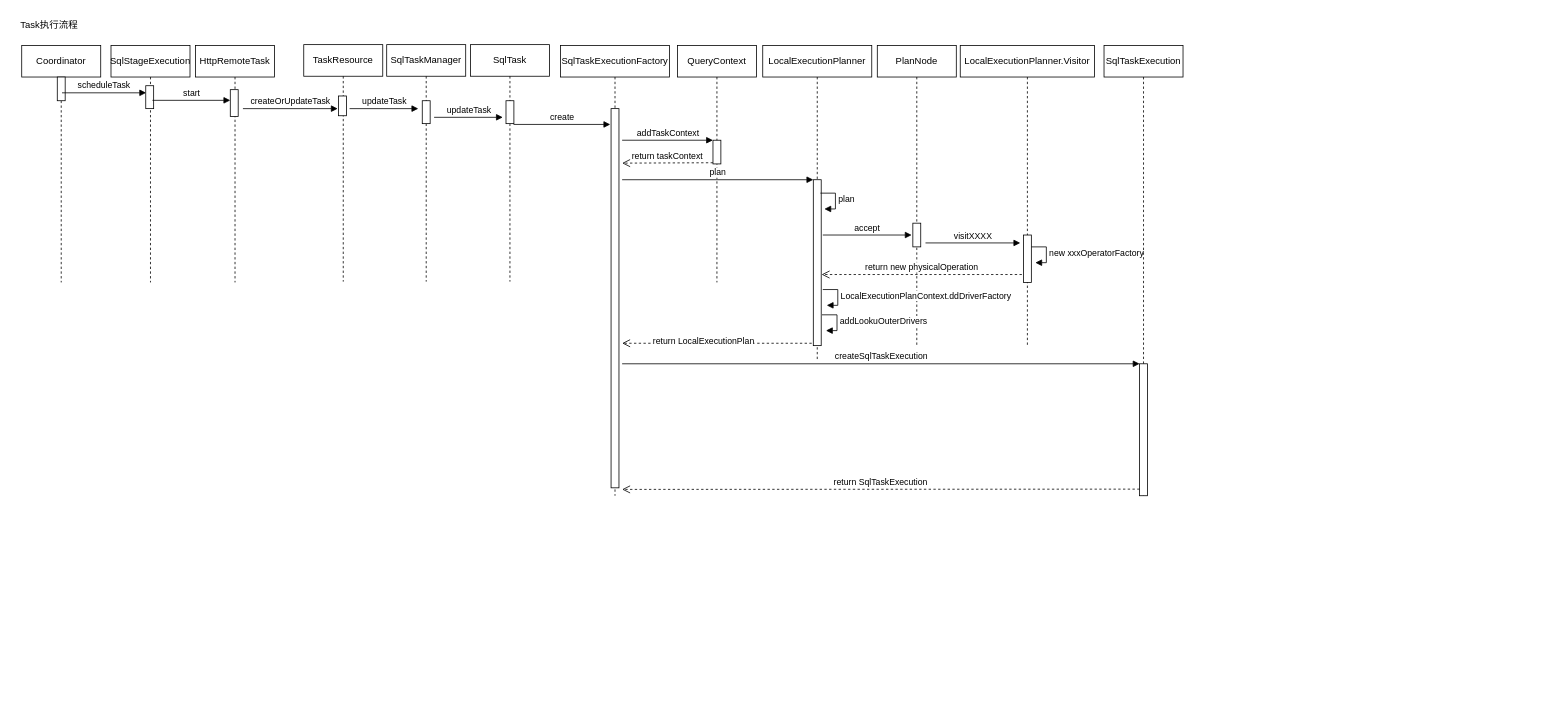
Earlier version of the draw.io diagram page "Presto Worker" (6 of 6) of presto源码解析时序图.drawio (huangxiaopingRD/diagrams). Source tidied: cells renumbered, new cells numbered last; positions are measured from the earlier drawing's top-left corner, leaving out a move shared by most shapes. Both pictures are drawn from the tidied source at 79%, with x=0, y=0 at pixel (13, 13).
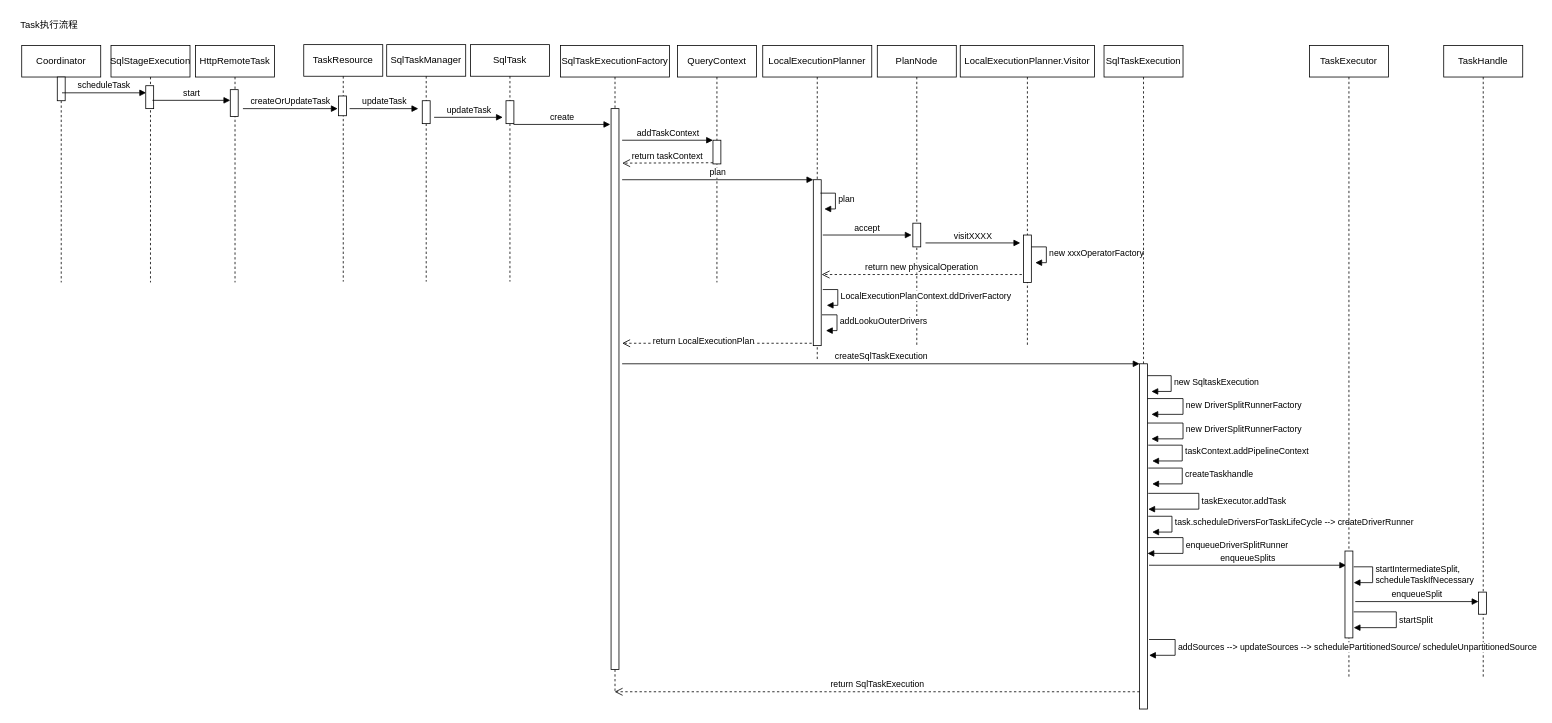
Above is the later version.

Commit message:
update presto worker

The edit, as a diff of the source:
```diff
@@
     <mxCell id="21" value="SqlTaskExecutionFactory" style="shape=umlLifeline;perimeter=lifelinePerimeter;whiteSpace=wrap;html=1;outlineConnect=0;" parent="1" vertex="1">
-      <mxGeometry x="692" y="40" width="138" height="570" as="geometry" />
+      <mxGeometry x="692" y="40" width="138" height="820" as="geometry" />
     </mxCell>
     <mxCell id="22" style="html=1;perimeter=orthogonalPerimeter;" parent="21" vertex="1">
-      <mxGeometry x="64" y="80" width="10" height="480" as="geometry" />
+      <mxGeometry x="64" y="80" width="10" height="710" as="geometry" />
     </mxCell>
@@
     <mxCell id="43" value="SqlTaskExecution" style="shape=umlLifeline;perimeter=lifelinePerimeter;whiteSpace=wrap;html=1;" parent="1" vertex="1">
-      <mxGeometry x="1380" y="40" width="100" height="570" as="geometry" />
+      <mxGeometry x="1380" y="40" width="100" height="840" as="geometry" />
     </mxCell>
     <mxCell id="44" style="html=1;points=[];perimeter=orthogonalPerimeter;" parent="43" vertex="1">
-      <mxGeometry x="45" y="403" width="10" height="167" as="geometry" />
+      <mxGeometry x="45" y="403" width="10" height="437" as="geometry" />
     </mxCell>
+    <mxCell id="47" value="enqueueSplits" style="html=1;verticalAlign=bottom;endArrow=block;rounded=0;" parent="43" edge="1">
+      <mxGeometry relative="1" as="geometry">
+        <mxPoint x="57" y="658" as="sourcePoint" />
+        <mxPoint x="306.5" y="658" as="targetPoint" />
+      </mxGeometry>
+    </mxCell>
@@
-    <mxCell id="46" value="return SqlTaskExecution" style="html=1;verticalAlign=bottom;endArrow=open;dashed=1;endSize=8;exitX=0;exitY=0.95;rounded=0;" parent="1" edge="1" source="44">
-      <mxGeometry relative="1" as="geometry">
-        <mxPoint x="770" y="602" as="targetPoint" />
-      </mxGeometry>
+    <mxCell id="46" value="return SqlTaskExecution" style="html=1;verticalAlign=bottom;endArrow=open;dashed=1;endSize=8;exitX=0;exitY=0.95;rounded=0;" parent="1" edge="1" source="44" target="21">
+      <mxGeometry relative="1" as="geometry" />
     </mxCell>
+    <mxCell id="48" value="new SqltaskExecution" style="edgeStyle=orthogonalEdgeStyle;html=1;align=left;spacingLeft=2;endArrow=block;rounded=0;entryX=1;entryY=0;" parent="1" edge="1">
+      <mxGeometry relative="1" as="geometry">
+        <mxPoint x="1435" y="458" as="sourcePoint" />
+        <mxPoint x="1440" y="478" as="targetPoint" />
+        <Array as="points">
+          <mxPoint x="1465" y="458" />
+          <mxPoint x="1465" y="478" />
+        </Array>
+      </mxGeometry>
+    </mxCell>
+    <mxCell id="49" value="new DriverSplitRunnerFactory" style="edgeStyle=orthogonalEdgeStyle;html=1;align=left;spacingLeft=2;endArrow=block;rounded=0;entryX=1;entryY=0;" parent="1" edge="1">
+      <mxGeometry relative="1" as="geometry">
+        <mxPoint x="1435" y="487" as="sourcePoint" />
+        <mxPoint x="1440" y="507" as="targetPoint" />
+        <Array as="points">
+          <mxPoint x="1480" y="487" />
+          <mxPoint x="1480" y="507" />
+        </Array>
+      </mxGeometry>
+    </mxCell>
+    <mxCell id="50" value="new DriverSplitRunnerFactory" style="edgeStyle=orthogonalEdgeStyle;html=1;align=left;spacingLeft=2;endArrow=block;rounded=0;entryX=1;entryY=0;" parent="1" edge="1">
+      <mxGeometry relative="1" as="geometry">
+        <mxPoint x="1435" y="518" as="sourcePoint" />
+        <mxPoint x="1440" y="538" as="targetPoint" />
+        <Array as="points">
+          <mxPoint x="1480" y="518" />
+          <mxPoint x="1480" y="538" />
+        </Array>
+      </mxGeometry>
+    </mxCell>
+    <mxCell id="51" value="taskContext.addPipelineContext" style="edgeStyle=orthogonalEdgeStyle;html=1;align=left;spacingLeft=2;endArrow=block;rounded=0;entryX=1;entryY=0;" parent="1" edge="1">
+      <mxGeometry relative="1" as="geometry">
+        <mxPoint x="1436" y="546" as="sourcePoint" />
+        <mxPoint x="1441" y="566" as="targetPoint" />
+        <Array as="points">
+          <mxPoint x="1479" y="546" />
+          <mxPoint x="1479" y="566" />
+        </Array>
+      </mxGeometry>
+    </mxCell>
+    <mxCell id="52" value="createTaskhandle" style="edgeStyle=orthogonalEdgeStyle;html=1;align=left;spacingLeft=2;endArrow=block;rounded=0;entryX=1;entryY=0;" parent="1" edge="1">
+      <mxGeometry relative="1" as="geometry">
+        <mxPoint x="1436" y="575" as="sourcePoint" />
+        <mxPoint x="1441" y="595" as="targetPoint" />
+        <Array as="points">
+          <mxPoint x="1479" y="575" />
+          <mxPoint x="1479" y="595" />
+        </Array>
+      </mxGeometry>
+    </mxCell>
+    <mxCell id="53" value="taskExecutor.addTask" style="edgeStyle=orthogonalEdgeStyle;html=1;align=left;spacingLeft=2;endArrow=block;rounded=0;" parent="1" edge="1">
+      <mxGeometry relative="1" as="geometry">
+        <mxPoint x="1436" y="607" as="sourcePoint" />
+        <mxPoint x="1436" y="627" as="targetPoint" />
+        <Array as="points">
+          <mxPoint x="1500" y="607" />
+          <mxPoint x="1500" y="627" />
+        </Array>
+      </mxGeometry>
+    </mxCell>
+    <mxCell id="54" value="task.scheduleDriversForTaskLifeCycle --&amp;gt; createDriverRunner" style="edgeStyle=orthogonalEdgeStyle;html=1;align=left;spacingLeft=2;endArrow=block;rounded=0;entryX=1;entryY=0;" parent="1" edge="1">
+      <mxGeometry relative="1" as="geometry">
+        <mxPoint x="1436" y="636" as="sourcePoint" />
+        <mxPoint x="1441" y="656" as="targetPoint" />
+        <Array as="points">
+          <mxPoint x="1466" y="636" />
+          <mxPoint x="1466" y="656" />
+        </Array>
+      </mxGeometry>
+    </mxCell>
+    <mxCell id="55" value="TaskExecutor" style="shape=umlLifeline;perimeter=lifelinePerimeter;whiteSpace=wrap;html=1;" parent="1" vertex="1">
+      <mxGeometry x="1640" y="40" width="100" height="800" as="geometry" />
+    </mxCell>
+    <mxCell id="56" style="html=1;perimeter=orthogonalPerimeter;" parent="55" vertex="1">
+      <mxGeometry x="45" y="640" width="10" height="110" as="geometry" />
+    </mxCell>
+    <mxCell id="57" value="&lt;span style=&quot;text-align: center&quot;&gt;enqueueDriverSplitRunner&lt;/span&gt;" style="edgeStyle=orthogonalEdgeStyle;html=1;align=left;spacingLeft=2;endArrow=block;rounded=0;" parent="1" edge="1">
+      <mxGeometry relative="1" as="geometry">
+        <mxPoint x="1435" y="663" as="sourcePoint" />
+        <mxPoint x="1435" y="683" as="targetPoint" />
+        <Array as="points">
+          <mxPoint x="1480" y="663" />
+          <mxPoint x="1480" y="683" />
+        </Array>
+      </mxGeometry>
+    </mxCell>
+    <mxCell id="58" value="&lt;span style=&quot;text-align: center&quot;&gt;startIntermediateSplit,&lt;br&gt;scheduleTaskIfNecessary&lt;br&gt;&lt;/span&gt;" style="edgeStyle=orthogonalEdgeStyle;html=1;align=left;spacingLeft=2;endArrow=block;rounded=0;" parent="1" edge="1">
+      <mxGeometry relative="1" as="geometry">
+        <mxPoint x="1696" y="700" as="sourcePoint" />
+        <mxPoint x="1696" y="720" as="targetPoint" />
+        <Array as="points">
+          <mxPoint x="1720" y="700" />
+          <mxPoint x="1720" y="720" />
+        </Array>
+      </mxGeometry>
+    </mxCell>
+    <mxCell id="59" value="&lt;span style=&quot;text-align: center&quot;&gt;startSplit&lt;br&gt;&lt;/span&gt;" style="edgeStyle=orthogonalEdgeStyle;html=1;align=left;spacingLeft=2;endArrow=block;rounded=0;" parent="1" edge="1">
+      <mxGeometry relative="1" as="geometry">
+        <mxPoint x="1696" y="757" as="sourcePoint" />
+        <mxPoint x="1696" y="777" as="targetPoint" />
+        <Array as="points">
+          <mxPoint x="1750" y="757" />
+          <mxPoint x="1750" y="777" />
+        </Array>
+      </mxGeometry>
+    </mxCell>
+    <mxCell id="60" value="TaskHandle" style="shape=umlLifeline;perimeter=lifelinePerimeter;whiteSpace=wrap;html=1;" parent="1" vertex="1">
+      <mxGeometry x="1810" y="40" width="100" height="800" as="geometry" />
+    </mxCell>
+    <mxCell id="61" style="html=1;points=[];perimeter=orthogonalPerimeter;" parent="60" vertex="1">
+      <mxGeometry x="44" y="692" width="10" height="28" as="geometry" />
+    </mxCell>
+    <mxCell id="62" value="enqueueSplit" style="html=1;verticalAlign=bottom;endArrow=block;rounded=0;" parent="1" edge="1" target="61">
+      <mxGeometry relative="1" as="geometry">
+        <mxPoint x="1698" y="744" as="sourcePoint" />
+      </mxGeometry>
+    </mxCell>
+    <mxCell id="63" value="&lt;div style=&quot;text-align: center&quot;&gt;addSources --&amp;gt; updateSources --&amp;gt; schedulePartitionedSource/ scheduleUnpartitionedSource&amp;nbsp;&lt;/div&gt;" style="edgeStyle=orthogonalEdgeStyle;html=1;align=left;spacingLeft=2;endArrow=block;rounded=0;" parent="1" edge="1">
+      <mxGeometry relative="1" as="geometry">
+        <mxPoint x="1437" y="792" as="sourcePoint" />
+        <mxPoint x="1437" y="812" as="targetPoint" />
+        <Array as="points">
+          <mxPoint x="1470" y="792" />
+          <mxPoint x="1470" y="812" />
+        </Array>
+      </mxGeometry>
+    </mxCell>
```
